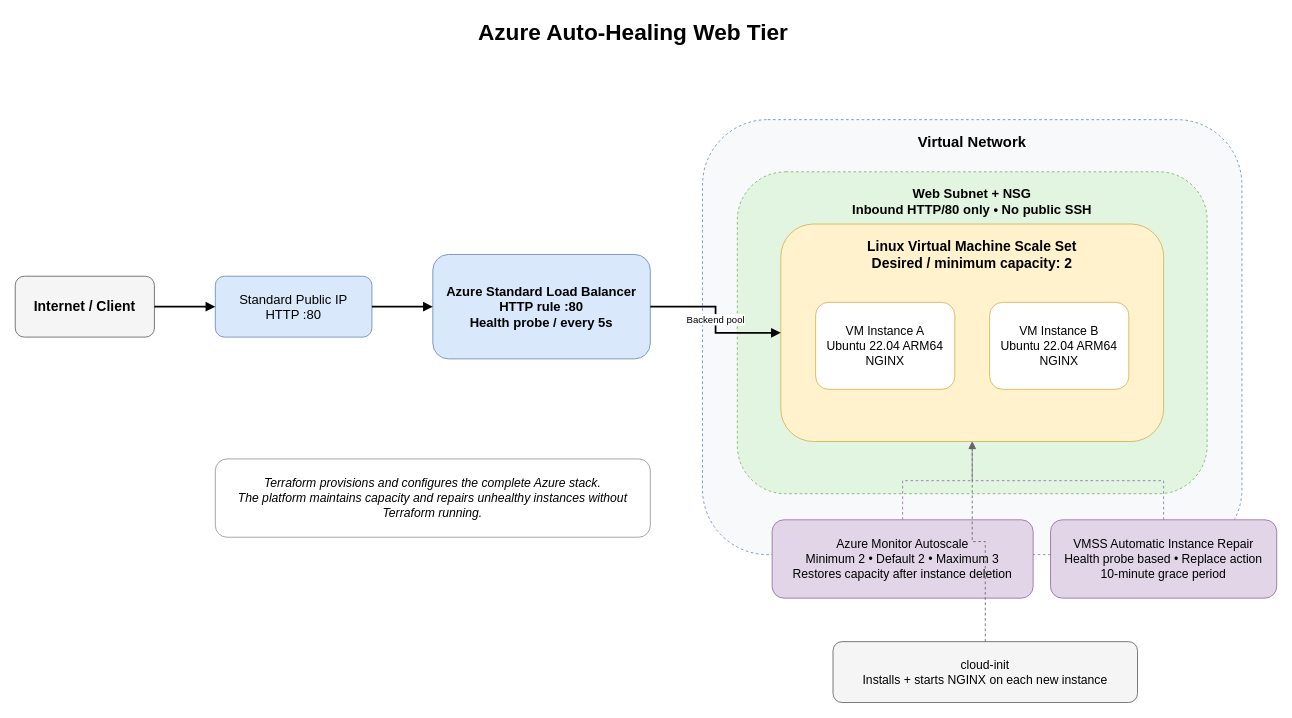
The draw.io diagram docs/architecture/azure-auto-healing-web-tier.drawio in bishalraktim/azure-auto-healing-web-tier, before the edit. Source tidied: cells renumbered, new cells numbered last; positions are measured from the earlier drawing's top-left corner, leaving out a move shared by most shapes. Both pictures are drawn from the tidied source at 87%, with x=0, y=0 at pixel (15, 15).
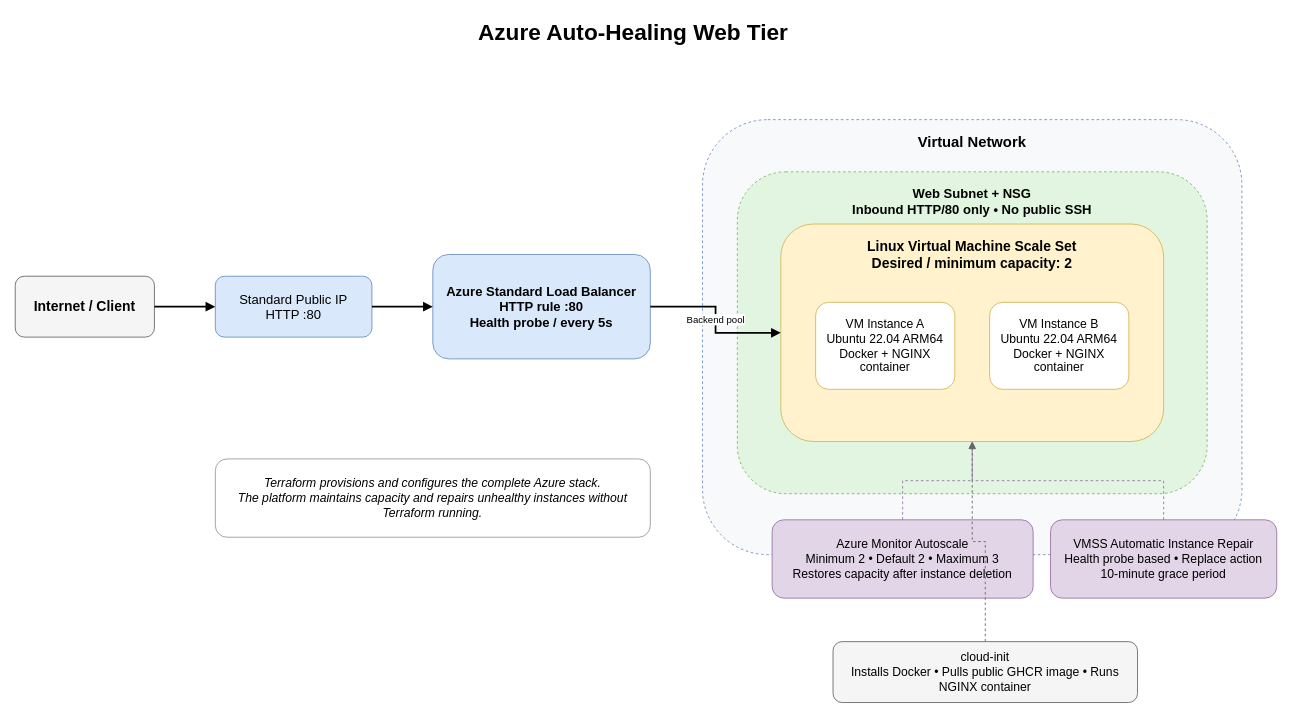
The same diagram, later.

Commit message (it also covers changes not shown here):
Document containerised web tier deployment

Diff of the diagram source:
```diff
@@
-    <mxCell id="9" value="VM Instance A&#10;Ubuntu 22.04 ARM64&#10;NGINX" style="rounded=1;whiteSpace=wrap;html=1;fontSize=14;fillColor=#ffffff;strokeColor=#d6b656;" parent="1" vertex="1">
+    <mxCell id="9" value="VM Instance A&#10;Ubuntu 22.04 ARM64&#10;Docker + NGINX container" style="rounded=1;whiteSpace=wrap;html=1;fontSize=14;fillColor=#ffffff;strokeColor=#d6b656;" parent="1" vertex="1">
       <mxGeometry x="920" y="330" width="160" height="100" as="geometry" />
     </mxCell>
-    <mxCell id="10" value="VM Instance B&#10;Ubuntu 22.04 ARM64&#10;NGINX" style="rounded=1;whiteSpace=wrap;html=1;fontSize=14;fillColor=#ffffff;strokeColor=#d6b656;" parent="1" vertex="1">
+    <mxCell id="10" value="VM Instance B&#10;Ubuntu 22.04 ARM64&#10;Docker + NGINX container" style="rounded=1;whiteSpace=wrap;html=1;fontSize=14;fillColor=#ffffff;strokeColor=#d6b656;" parent="1" vertex="1">
       <mxGeometry x="1120" y="330" width="160" height="100" as="geometry" />
     </mxCell>
@@
-    <mxCell id="13" value="cloud-init&#10;Installs + starts NGINX on each new instance" style="rounded=1;whiteSpace=wrap;html=1;fontSize=14;fillColor=#f5f5f5;strokeColor=#666666;" parent="1" vertex="1">
+    <mxCell id="13" value="cloud-init&#10;Installs Docker • Pulls public GHCR image • Runs NGINX container" style="rounded=1;whiteSpace=wrap;html=1;fontSize=14;fillColor=#f5f5f5;strokeColor=#666666;" parent="1" vertex="1">
       <mxGeometry x="940" y="720" width="350" height="70" as="geometry" />
     </mxCell>
```
